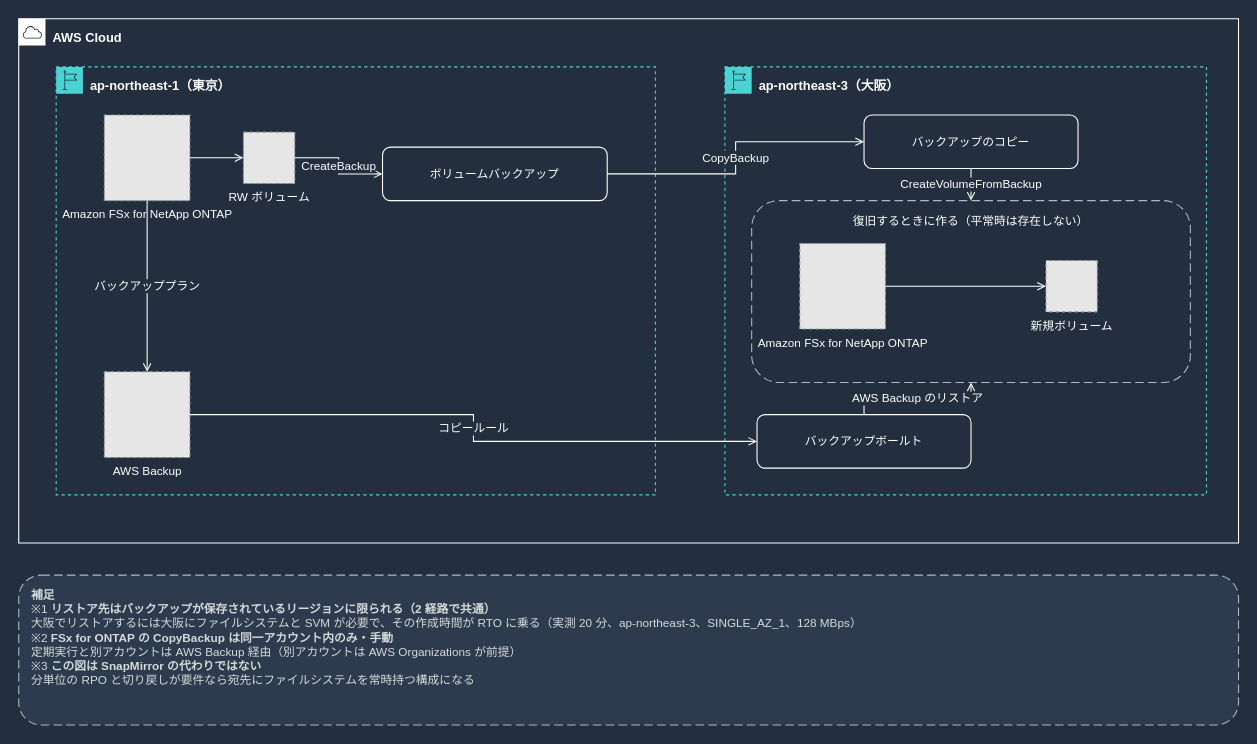
Above: docs/_assets/diagrams/backup-copy-cross-region-dark.drawio in Yoshiki0705/FSx-for-ONTAP-Adoption-Playbook (draw.io), before the change. Source tidied: cells renumbered, new cells numbered last; positions are measured from the earlier drawing's top-left corner, leaving out a move shared by most shapes. Both pictures are drawn from the tidied source at 107%, with x=0, y=0 at pixel (18, 18). Pictures stored in the file or linked from it are replaced by grey dashed boxes.
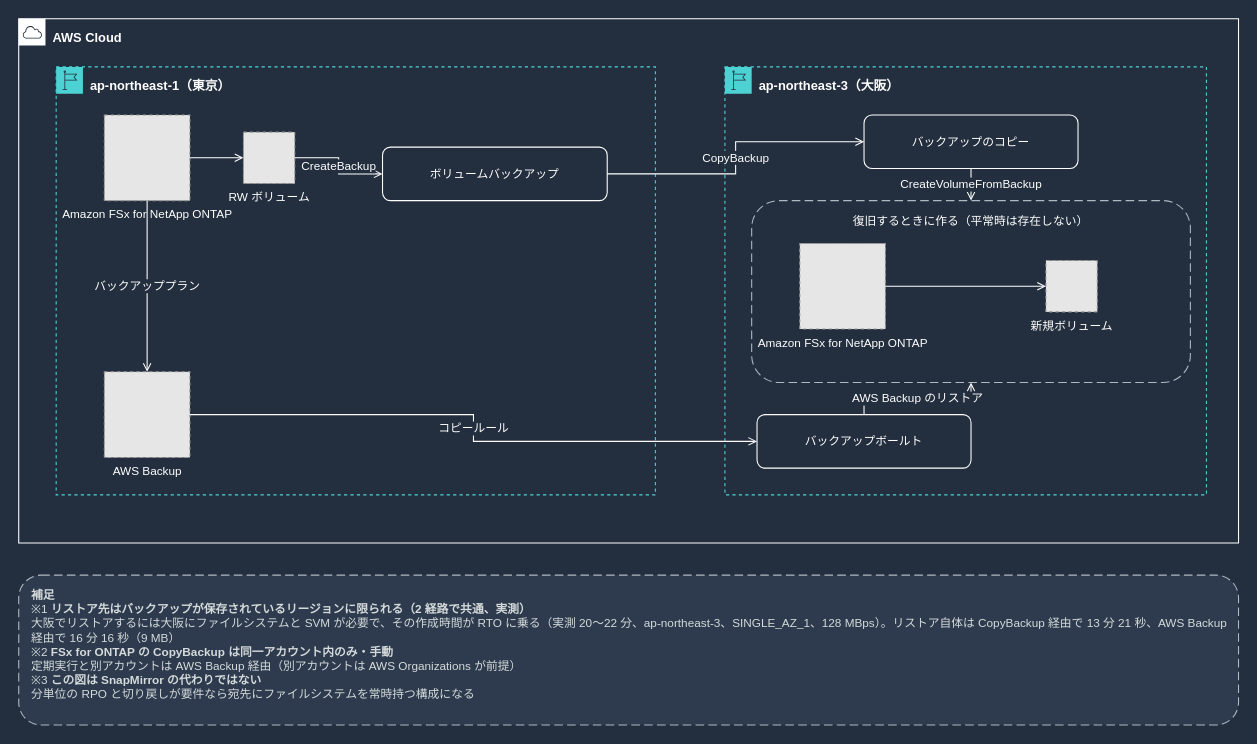
The same page after the edit.

What changed in the source:
```diff
@@
-    <mxCell id="22" value="&lt;b&gt;補足&lt;/b&gt;&lt;br&gt;※1 &lt;b&gt;リストア先はバックアップが保存されているリージョンに限られる（2 経路で共通）&lt;/b&gt;&lt;br&gt;大阪でリストアするには大阪にファイルシステムと SVM が必要で、その作成時間が RTO に乗る（実測 20 分、ap-northeast-3、SINGLE_AZ_1、128 MBps）&lt;br&gt;※2 &lt;b&gt;FSx for ONTAP の CopyBackup は同一アカウント内のみ・手動&lt;/b&gt;&lt;br&gt;定期実行と別アカウントは AWS Backup 経由（別アカウントは AWS Organizations が前提）&lt;br&gt;※3 &lt;b&gt;この図は SnapMirror の代わりではない&lt;/b&gt;&lt;br&gt;分単位の RPO と切り戻しが要件なら宛先にファイルシステムを常時持つ構成になる" style="rounded=1;whiteSpace=wrap;html=1;dashed=1;dashPattern=8 4;strokeColor=#B0B8C1;fillColor=#2E3B4E;fontColor=#D5DBDB;fontSize=11;align=left;verticalAlign=top;spacingLeft=10;spacingTop=6;" parent="1" vertex="1">
+    <mxCell id="22" value="&lt;b&gt;補足&lt;/b&gt;&lt;br&gt;※1 &lt;b&gt;リストア先はバックアップが保存されているリージョンに限られる（2 経路で共通、実測）&lt;/b&gt;&lt;br&gt;大阪でリストアするには大阪にファイルシステムと SVM が必要で、その作成時間が RTO に乗る（実測 20〜22 分、ap-northeast-3、SINGLE_AZ_1、128 MBps）。リストア自体は CopyBackup 経由で 13 分 21 秒、AWS Backup 経由で 16 分 16 秒（9 MB）&lt;br&gt;※2 &lt;b&gt;FSx for ONTAP の CopyBackup は同一アカウント内のみ・手動&lt;/b&gt;&lt;br&gt;定期実行と別アカウントは AWS Backup 経由（別アカウントは AWS Organizations が前提）&lt;br&gt;※3 &lt;b&gt;この図は SnapMirror の代わりではない&lt;/b&gt;&lt;br&gt;分単位の RPO と切り戻しが要件なら宛先にファイルシステムを常時持つ構成になる" style="rounded=1;whiteSpace=wrap;html=1;dashed=1;dashPattern=8 4;strokeColor=#B0B8C1;fillColor=#2E3B4E;fontColor=#D5DBDB;fontSize=11;align=left;verticalAlign=top;spacingLeft=10;spacingTop=6;" parent="1" vertex="1">
       <mxGeometry y="520" width="1140" height="140" as="geometry" />
     </mxCell>
```
